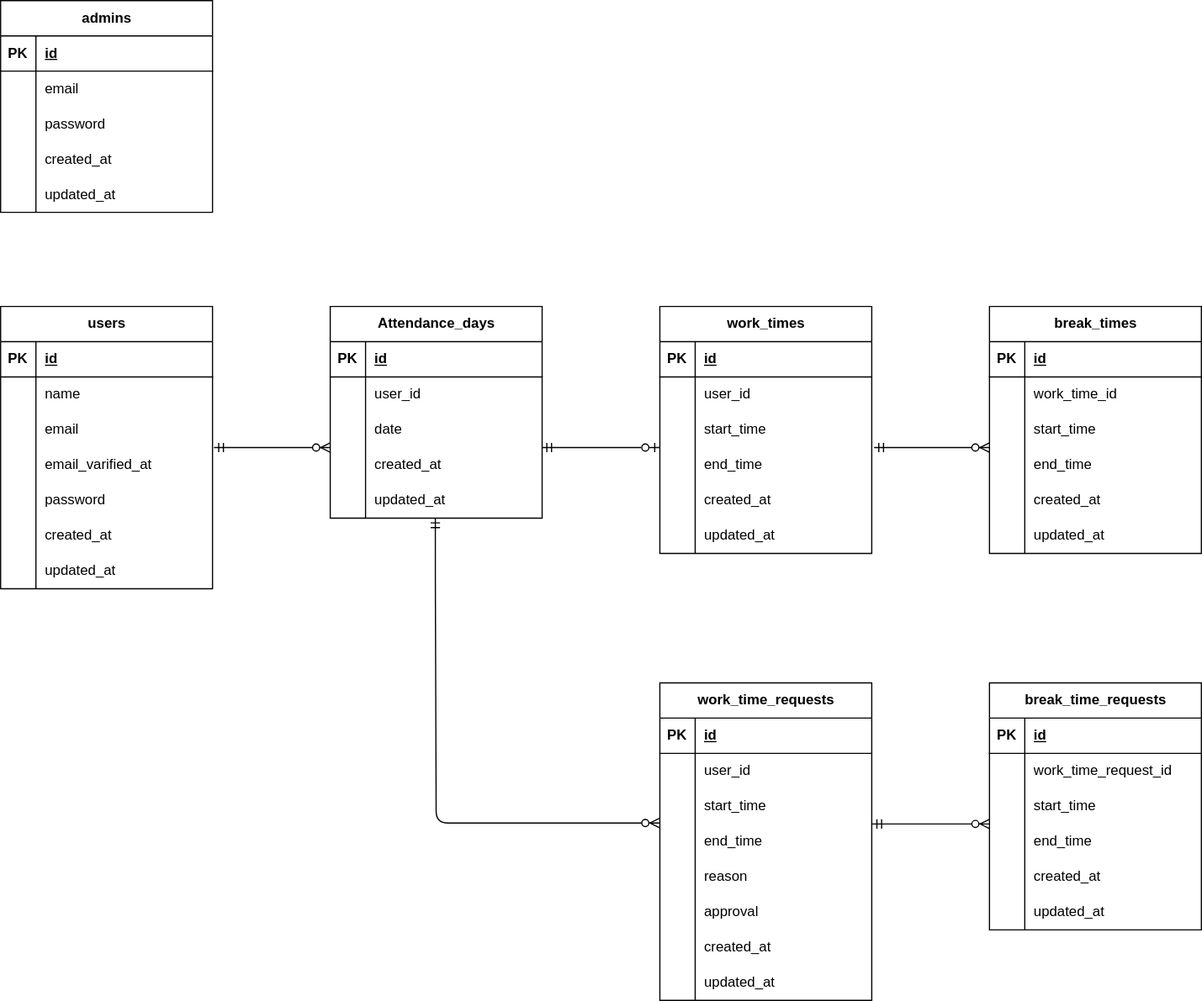
The draw.io diagram erd.drawio.svg in oura-takeshi/attendance-management, before a commit. Source tidied: cells renumbered, new cells last; positions are measured from the earlier drawing's top-left corner, leaving out a move shared by most shapes.
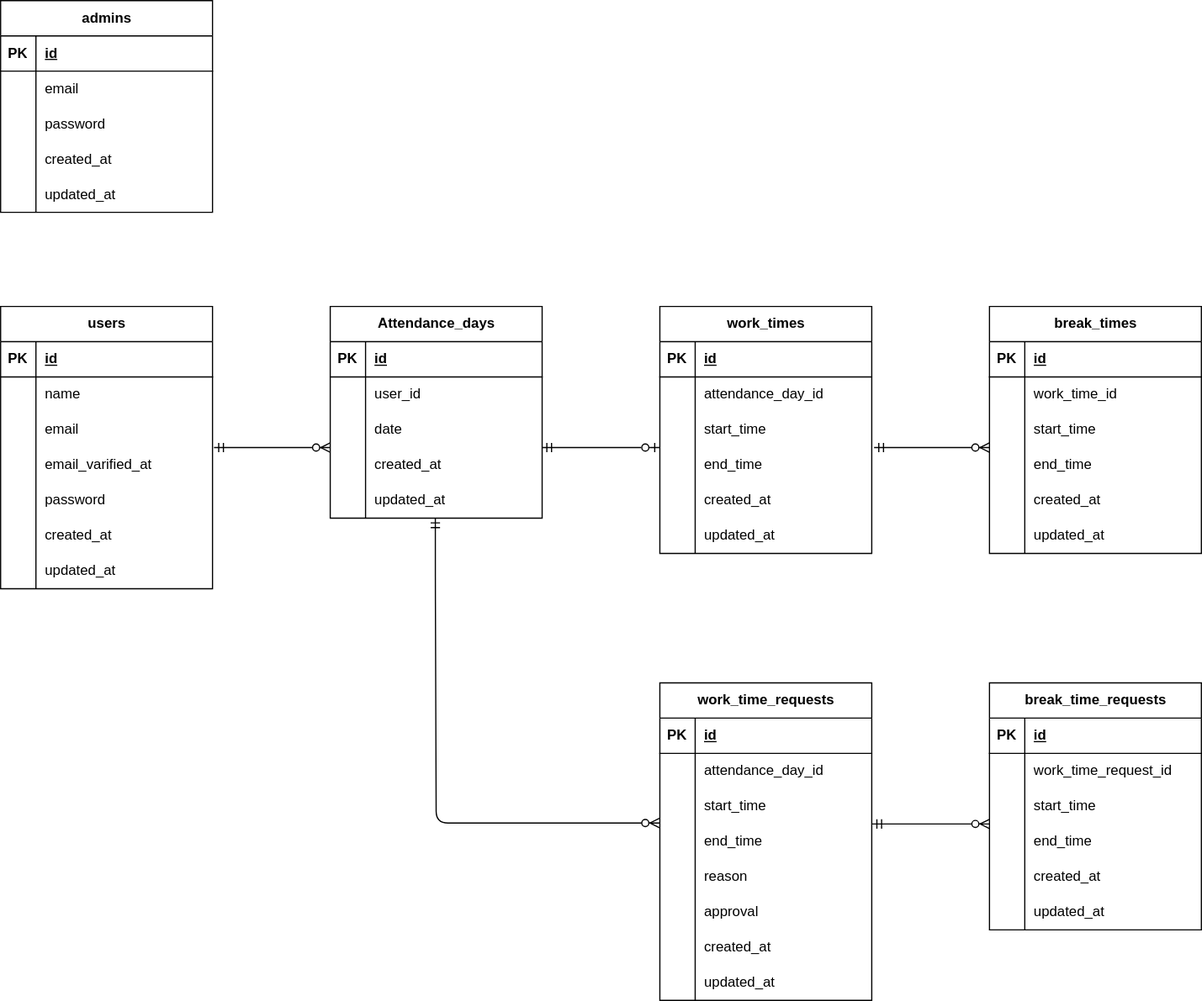
Above is the later version.

Commit message:
erd.pngの修正

Change to the diagram source:
```diff
@@ -86,7 +86,7 @@
     <mxCell id="29" style="shape=partialRectangle;fillColor=none;top=0;left=0;bottom=0;right=0;overflow=hidden;whiteSpace=wrap;html=1;" parent="28" vertex="1">
       <mxGeometry width="30" height="30" as="geometry" />
     </mxCell>
-    <mxCell id="30" value="user_id" style="shape=partialRectangle;fillColor=none;top=0;left=0;bottom=0;right=0;align=left;spacingLeft=6;overflow=hidden;whiteSpace=wrap;html=1;" parent="28" vertex="1">
+    <mxCell id="30" value="attendance_day_id" style="shape=partialRectangle;fillColor=none;top=0;left=0;bottom=0;right=0;align=left;spacingLeft=6;overflow=hidden;whiteSpace=wrap;html=1;" parent="28" vertex="1">
       <mxGeometry x="30" width="150" height="30" as="geometry" />
     </mxCell>
     <mxCell id="31" style="shape=tableRow;horizontal=0;startSize=0;swimlaneHead=0;swimlaneBody=0;fillColor=none;points=[[0,0.5],[1,0.5]];portConstraint=eastwest;top=0;left=0;right=0;bottom=0;" parent="24" vertex="1">
@@ -256,7 +256,7 @@
     <mxCell id="85" style="shape=partialRectangle;fillColor=none;top=0;left=0;bottom=0;right=0;overflow=hidden;whiteSpace=wrap;html=1;" parent="84" vertex="1">
       <mxGeometry width="30" height="30" as="geometry" />
     </mxCell>
-    <mxCell id="86" value="user_id" style="shape=partialRectangle;fillColor=none;top=0;left=0;bottom=0;right=0;align=left;spacingLeft=6;overflow=hidden;whiteSpace=wrap;html=1;" parent="84" vertex="1">
+    <mxCell id="86" value="attendance_day_id" style="shape=partialRectangle;fillColor=none;top=0;left=0;bottom=0;right=0;align=left;spacingLeft=6;overflow=hidden;whiteSpace=wrap;html=1;" parent="84" vertex="1">
       <mxGeometry x="30" width="150" height="30" as="geometry" />
     </mxCell>
     <mxCell id="87" style="shape=tableRow;horizontal=0;startSize=0;swimlaneHead=0;swimlaneBody=0;fillColor=none;points=[[0,0.5],[1,0.5]];portConstraint=eastwest;top=0;left=0;right=0;bottom=0;" parent="80" vertex="1">
```
